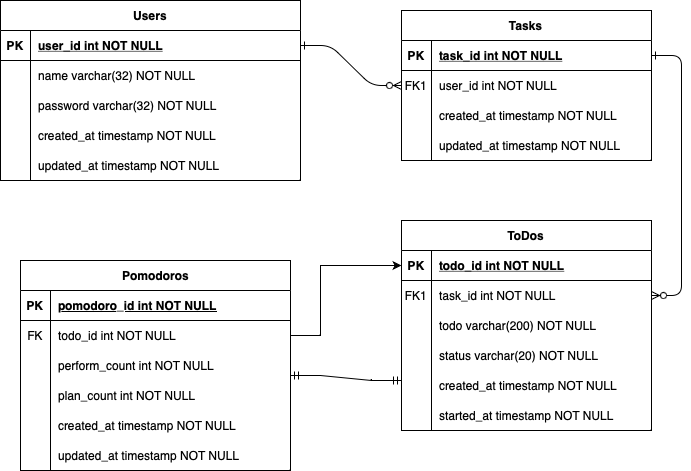
Before: assets/image/erd.png, a diagram exported from draw.io (growth-ring/taskgrow). Source tidied: cells renumbered, new cells last; positions are measured from the earlier drawing's top-left corner, leaving out a move shared by most shapes. The source it was exported from:
```xml
<mxGraphModel>
  <root>
    <mxCell id="0" />
    <mxCell id="1" parent="0" />
    <mxCell id="2" style="edgeStyle=entityRelationEdgeStyle;endArrow=ERzeroToMany;startArrow=ERone;endFill=1;startFill=0;" parent="1" edge="1" source="37" target="8">
      <mxGeometry relative="1" as="geometry" />
    </mxCell>
    <mxCell id="3" style="edgeStyle=entityRelationEdgeStyle;endArrow=ERzeroToMany;startArrow=ERone;endFill=1;startFill=0;" parent="1" edge="1" source="5" target="21">
      <mxGeometry relative="1" as="geometry" />
    </mxCell>
    <mxCell id="4" value="Tasks" style="shape=table;startSize=30;rowLines=0;fontStyle=1;align=center;" parent="1" vertex="1">
      <mxGeometry x="401" y="10" width="250" height="150" as="geometry" />
    </mxCell>
    <mxCell id="5" style="shape=partialRectangle;fillColor=none;points=[[0,0.5],[1,0.5]];portConstraint=eastwest;top=0;left=0;right=0;bottom=1;" parent="4" vertex="1">
      <mxGeometry y="30" width="250" height="30" as="geometry" />
    </mxCell>
    <mxCell id="6" value="PK" style="shape=partialRectangle;overflow=hidden;fillColor=none;top=0;left=0;bottom=0;right=0;fontStyle=1;" parent="5" vertex="1">
      <mxGeometry width="30" height="30" as="geometry" />
    </mxCell>
    <mxCell id="7" value="task_id int NOT NULL " style="shape=partialRectangle;overflow=hidden;fillColor=none;top=0;left=0;bottom=0;right=0;align=left;spacingLeft=6;fontStyle=5;" parent="5" vertex="1">
      <mxGeometry x="30" width="220" height="30" as="geometry" />
    </mxCell>
    <mxCell id="8" style="shape=partialRectangle;fillColor=none;points=[[0,0.5],[1,0.5]];portConstraint=eastwest;top=0;left=0;right=0;bottom=0;" parent="4" vertex="1">
      <mxGeometry y="60" width="250" height="30" as="geometry" />
    </mxCell>
    <mxCell id="9" value="FK1" style="shape=partialRectangle;overflow=hidden;fillColor=none;top=0;left=0;bottom=0;right=0;" parent="8" vertex="1">
      <mxGeometry width="30" height="30" as="geometry" />
    </mxCell>
    <mxCell id="10" value="user_id int NOT NULL" style="shape=partialRectangle;overflow=hidden;fillColor=none;top=0;left=0;bottom=0;right=0;align=left;spacingLeft=6;" parent="8" vertex="1">
      <mxGeometry x="30" width="220" height="30" as="geometry" />
    </mxCell>
    <mxCell id="11" style="shape=partialRectangle;fillColor=none;top=0;left=0;right=0;bottom=0;" parent="4" vertex="1">
      <mxGeometry y="90" width="250" height="30" as="geometry" />
    </mxCell>
    <mxCell id="12" style="shape=partialRectangle;overflow=hidden;fillColor=none;top=0;left=0;bottom=0;right=0;" parent="11" vertex="1">
      <mxGeometry width="30" height="30" as="geometry" />
    </mxCell>
    <mxCell id="13" value="created_at timestamp NOT NULL" style="shape=partialRectangle;overflow=hidden;fillColor=none;top=0;left=0;bottom=0;right=0;align=left;spacingLeft=6;" parent="11" vertex="1">
      <mxGeometry x="30" width="220" height="30" as="geometry" />
    </mxCell>
    <mxCell id="14" style="shape=partialRectangle;fillColor=none;top=0;left=0;right=0;bottom=0;" parent="4" vertex="1">
      <mxGeometry y="120" width="250" height="30" as="geometry" />
    </mxCell>
    <mxCell id="15" style="shape=partialRectangle;overflow=hidden;fillColor=none;top=0;left=0;bottom=0;right=0;" parent="14" vertex="1">
      <mxGeometry width="30" height="30" as="geometry" />
    </mxCell>
    <mxCell id="16" value="updated_at timestamp NOT NULL" style="shape=partialRectangle;overflow=hidden;fillColor=none;top=0;left=0;bottom=0;right=0;align=left;spacingLeft=6;" parent="14" vertex="1">
      <mxGeometry x="30" width="220" height="30" as="geometry" />
    </mxCell>
    <mxCell id="17" value="ToDos" style="shape=table;startSize=30;rowLines=0;fontStyle=1;align=center;" parent="1" vertex="1">
      <mxGeometry x="401" y="220" width="250" height="210" as="geometry" />
    </mxCell>
    <mxCell id="18" style="shape=partialRectangle;fillColor=none;points=[[0,0.5],[1,0.5]];portConstraint=eastwest;top=0;left=0;right=0;bottom=1;" parent="17" vertex="1">
      <mxGeometry y="30" width="250" height="30" as="geometry" />
    </mxCell>
    <mxCell id="19" value="PK" style="shape=partialRectangle;overflow=hidden;fillColor=none;top=0;left=0;bottom=0;right=0;fontStyle=1;" parent="18" vertex="1">
      <mxGeometry width="30" height="30" as="geometry" />
    </mxCell>
    <mxCell id="20" value="todo_id int NOT NULL " style="shape=partialRectangle;overflow=hidden;fillColor=none;top=0;left=0;bottom=0;right=0;align=left;spacingLeft=6;fontStyle=5;" parent="18" vertex="1">
      <mxGeometry x="30" width="220" height="30" as="geometry" />
    </mxCell>
    <mxCell id="21" style="shape=partialRectangle;fillColor=none;points=[[0,0.5],[1,0.5]];portConstraint=eastwest;top=0;left=0;right=0;bottom=0;" parent="17" vertex="1">
      <mxGeometry y="60" width="250" height="30" as="geometry" />
    </mxCell>
    <mxCell id="22" value="FK1" style="shape=partialRectangle;overflow=hidden;fillColor=none;top=0;left=0;bottom=0;right=0;" parent="21" vertex="1">
      <mxGeometry width="30" height="30" as="geometry" />
    </mxCell>
    <mxCell id="23" value="task_id int NOT NULL" style="shape=partialRectangle;overflow=hidden;fillColor=none;top=0;left=0;bottom=0;right=0;align=left;spacingLeft=6;" parent="21" vertex="1">
      <mxGeometry x="30" width="220" height="30" as="geometry" />
    </mxCell>
    <mxCell id="24" style="shape=partialRectangle;fillColor=none;top=0;left=0;right=0;bottom=0;" parent="17" vertex="1">
      <mxGeometry y="90" width="250" height="30" as="geometry" />
    </mxCell>
    <mxCell id="25" style="shape=partialRectangle;overflow=hidden;fillColor=none;top=0;left=0;bottom=0;right=0;" parent="24" vertex="1">
      <mxGeometry width="30" height="30" as="geometry" />
    </mxCell>
    <mxCell id="26" value="todo varchar(200) NOT NULL" style="shape=partialRectangle;overflow=hidden;fillColor=none;top=0;left=0;bottom=0;right=0;align=left;spacingLeft=6;" parent="24" vertex="1">
      <mxGeometry x="30" width="220" height="30" as="geometry" />
    </mxCell>
    <mxCell id="27" style="shape=partialRectangle;fillColor=none;top=0;left=0;right=0;bottom=0;" parent="17" vertex="1">
      <mxGeometry y="120" width="250" height="30" as="geometry" />
    </mxCell>
    <mxCell id="28" style="shape=partialRectangle;overflow=hidden;fillColor=none;top=0;left=0;bottom=0;right=0;" parent="27" vertex="1">
      <mxGeometry width="30" height="30" as="geometry" />
    </mxCell>
    <mxCell id="29" value="status varchar(20) NOT NULL" style="shape=partialRectangle;overflow=hidden;fillColor=none;top=0;left=0;bottom=0;right=0;align=left;spacingLeft=6;" parent="27" vertex="1">
      <mxGeometry x="30" width="220" height="30" as="geometry" />
    </mxCell>
    <mxCell id="30" style="shape=partialRectangle;fillColor=none;top=0;left=0;right=0;bottom=0;" parent="17" vertex="1">
      <mxGeometry y="150" width="250" height="30" as="geometry" />
    </mxCell>
    <mxCell id="31" style="shape=partialRectangle;overflow=hidden;fillColor=none;top=0;left=0;bottom=0;right=0;" parent="30" vertex="1">
      <mxGeometry width="30" height="30" as="geometry" />
    </mxCell>
    <mxCell id="32" value="created_at timestamp NOT NULL" style="shape=partialRectangle;overflow=hidden;fillColor=none;top=0;left=0;bottom=0;right=0;align=left;spacingLeft=6;" parent="30" vertex="1">
      <mxGeometry x="30" width="220" height="30" as="geometry" />
    </mxCell>
    <mxCell id="33" style="shape=partialRectangle;fillColor=none;top=0;left=0;right=0;bottom=0;" parent="17" vertex="1">
      <mxGeometry y="180" width="250" height="30" as="geometry" />
    </mxCell>
    <mxCell id="34" style="shape=partialRectangle;overflow=hidden;fillColor=none;top=0;left=0;bottom=0;right=0;" parent="33" vertex="1">
      <mxGeometry width="30" height="30" as="geometry" />
    </mxCell>
    <mxCell id="35" value="started_at timestamp NOT NULL" style="shape=partialRectangle;overflow=hidden;fillColor=none;top=0;left=0;bottom=0;right=0;align=left;spacingLeft=6;" parent="33" vertex="1">
      <mxGeometry x="30" width="220" height="30" as="geometry" />
    </mxCell>
    <mxCell id="36" value="Users" style="shape=table;startSize=30;rowLines=0;fontStyle=1;align=center;" parent="1" vertex="1">
      <mxGeometry width="300" height="180" as="geometry" />
    </mxCell>
    <mxCell id="37" style="shape=partialRectangle;fillColor=none;points=[[0,0.5],[1,0.5]];portConstraint=eastwest;top=0;left=0;right=0;bottom=1;" parent="36" vertex="1">
      <mxGeometry y="30" width="300" height="30" as="geometry" />
    </mxCell>
    <mxCell id="38" value="PK" style="shape=partialRectangle;overflow=hidden;fillColor=none;top=0;left=0;bottom=0;right=0;fontStyle=1;" parent="37" vertex="1">
      <mxGeometry width="30" height="30" as="geometry" />
    </mxCell>
    <mxCell id="39" value="user_id int NOT NULL " style="shape=partialRectangle;overflow=hidden;fillColor=none;top=0;left=0;bottom=0;right=0;align=left;spacingLeft=6;fontStyle=5;" parent="37" vertex="1">
      <mxGeometry x="30" width="270" height="30" as="geometry" />
    </mxCell>
    <mxCell id="40" style="shape=partialRectangle;fillColor=none;top=0;left=0;right=0;bottom=0;" parent="36" vertex="1">
      <mxGeometry y="60" width="300" height="30" as="geometry" />
    </mxCell>
    <mxCell id="41" style="shape=partialRectangle;overflow=hidden;fillColor=none;top=0;left=0;bottom=0;right=0;" parent="40" vertex="1">
      <mxGeometry width="30" height="30" as="geometry" />
    </mxCell>
    <mxCell id="42" value="name varchar(32) NOT NULL" style="shape=partialRectangle;overflow=hidden;fillColor=none;top=0;left=0;bottom=0;right=0;align=left;spacingLeft=6;" parent="40" vertex="1">
      <mxGeometry x="30" width="270" height="30" as="geometry" />
    </mxCell>
    <mxCell id="43" style="shape=partialRectangle;fillColor=none;top=0;left=0;right=0;bottom=0;" parent="36" vertex="1">
      <mxGeometry y="90" width="300" height="30" as="geometry" />
    </mxCell>
    <mxCell id="44" style="shape=partialRectangle;overflow=hidden;fillColor=none;top=0;left=0;bottom=0;right=0;" parent="43" vertex="1">
      <mxGeometry width="30" height="30" as="geometry" />
    </mxCell>
    <mxCell id="45" value="password varchar(32) NOT NULL" style="shape=partialRectangle;overflow=hidden;fillColor=none;top=0;left=0;bottom=0;right=0;align=left;spacingLeft=6;" parent="43" vertex="1">
      <mxGeometry x="30" width="270" height="30" as="geometry" />
    </mxCell>
    <mxCell id="46" style="shape=partialRectangle;fillColor=none;top=0;left=0;right=0;bottom=0;" parent="36" vertex="1">
      <mxGeometry y="120" width="300" height="30" as="geometry" />
    </mxCell>
    <mxCell id="47" style="shape=partialRectangle;overflow=hidden;fillColor=none;top=0;left=0;bottom=0;right=0;" parent="46" vertex="1">
      <mxGeometry width="30" height="30" as="geometry" />
    </mxCell>
    <mxCell id="48" value="created_at timestamp NOT NULL" style="shape=partialRectangle;overflow=hidden;fillColor=none;top=0;left=0;bottom=0;right=0;align=left;spacingLeft=6;" parent="46" vertex="1">
      <mxGeometry x="30" width="270" height="30" as="geometry" />
    </mxCell>
    <mxCell id="49" style="shape=partialRectangle;fillColor=none;top=0;left=0;right=0;bottom=0;" parent="36" vertex="1">
      <mxGeometry y="150" width="300" height="30" as="geometry" />
    </mxCell>
    <mxCell id="50" style="shape=partialRectangle;overflow=hidden;fillColor=none;top=0;left=0;bottom=0;right=0;" parent="49" vertex="1">
      <mxGeometry width="30" height="30" as="geometry" />
    </mxCell>
    <mxCell id="51" value="updated_at timestamp NOT NULL" style="shape=partialRectangle;overflow=hidden;fillColor=none;top=0;left=0;bottom=0;right=0;align=left;spacingLeft=6;" parent="49" vertex="1">
      <mxGeometry x="30" width="270" height="30" as="geometry" />
    </mxCell>
    <mxCell id="52" value="Pomodoros" style="shape=table;startSize=30;rowLines=0;fontStyle=1;align=center;html=1;" parent="1" vertex="1">
      <mxGeometry x="20" y="260" width="270" height="210" as="geometry" />
    </mxCell>
    <mxCell id="53" style="shape=tableRow;horizontal=0;startSize=0;swimlaneHead=0;swimlaneBody=0;fillColor=none;top=0;left=0;right=0;bottom=1;" parent="52" vertex="1">
      <mxGeometry y="30" width="270" height="30" as="geometry" />
    </mxCell>
    <mxCell id="54" value="PK" style="shape=partialRectangle;fillColor=none;top=0;left=0;bottom=0;right=0;fontStyle=1;overflow=hidden;whiteSpace=wrap;html=1;" parent="53" vertex="1">
      <mxGeometry width="30" height="30" as="geometry" />
    </mxCell>
    <mxCell id="55" value="pomodoro_id int NOT NULL" style="shape=partialRectangle;fillColor=none;top=0;left=0;bottom=0;right=0;align=left;spacingLeft=6;fontStyle=5;overflow=hidden;whiteSpace=wrap;html=1;" parent="53" vertex="1">
      <mxGeometry x="30" width="240" height="30" as="geometry" />
    </mxCell>
    <mxCell id="56" style="shape=tableRow;horizontal=0;startSize=0;swimlaneHead=0;swimlaneBody=0;fillColor=none;points=[[0,0.5],[1,0.5]];portConstraint=eastwest;top=0;left=0;right=0;bottom=0;" parent="52" vertex="1">
      <mxGeometry y="60" width="270" height="30" as="geometry" />
    </mxCell>
    <mxCell id="57" value="FK" style="shape=partialRectangle;fillColor=none;top=0;left=0;bottom=0;right=0;overflow=hidden;whiteSpace=wrap;html=1;" parent="56" vertex="1">
      <mxGeometry width="30" height="30" as="geometry" />
    </mxCell>
    <mxCell id="58" value="todo_id int NOT NULL" style="shape=partialRectangle;fillColor=none;top=0;left=0;bottom=0;right=0;align=left;spacingLeft=6;overflow=hidden;whiteSpace=wrap;html=1;" parent="56" vertex="1">
      <mxGeometry x="30" width="240" height="30" as="geometry" />
    </mxCell>
    <mxCell id="59" style="shape=tableRow;horizontal=0;startSize=0;swimlaneHead=0;swimlaneBody=0;fillColor=none;top=0;left=0;right=0;bottom=0;" parent="52" vertex="1">
      <mxGeometry y="90" width="270" height="30" as="geometry" />
    </mxCell>
    <mxCell id="60" style="shape=partialRectangle;fillColor=none;top=0;left=0;bottom=0;right=0;overflow=hidden;whiteSpace=wrap;html=1;" parent="59" vertex="1">
      <mxGeometry width="30" height="30" as="geometry" />
    </mxCell>
    <mxCell id="61" value="perform_count int NOT NULL" style="shape=partialRectangle;fillColor=none;top=0;left=0;bottom=0;right=0;align=left;spacingLeft=6;overflow=hidden;whiteSpace=wrap;html=1;" parent="59" vertex="1">
      <mxGeometry x="30" width="240" height="30" as="geometry" />
    </mxCell>
    <mxCell id="62" style="shape=tableRow;horizontal=0;startSize=0;swimlaneHead=0;swimlaneBody=0;fillColor=none;top=0;left=0;right=0;bottom=0;" parent="52" vertex="1">
      <mxGeometry y="120" width="270" height="30" as="geometry" />
    </mxCell>
    <mxCell id="63" style="shape=partialRectangle;fillColor=none;top=0;left=0;bottom=0;right=0;overflow=hidden;whiteSpace=wrap;html=1;" parent="62" vertex="1">
      <mxGeometry width="30" height="30" as="geometry" />
    </mxCell>
    <mxCell id="64" value="plan_count&amp;nbsp;int NOT NULL" style="shape=partialRectangle;fillColor=none;top=0;left=0;bottom=0;right=0;align=left;spacingLeft=6;overflow=hidden;whiteSpace=wrap;html=1;" parent="62" vertex="1">
      <mxGeometry x="30" width="240" height="30" as="geometry" />
    </mxCell>
    <mxCell id="65" style="shape=tableRow;horizontal=0;startSize=0;swimlaneHead=0;swimlaneBody=0;fillColor=none;points=[[0,0.5],[1,0.5]];portConstraint=eastwest;top=0;left=0;right=0;bottom=0;" parent="52" vertex="1">
      <mxGeometry y="150" width="270" height="30" as="geometry" />
    </mxCell>
    <mxCell id="66" style="shape=partialRectangle;fillColor=none;top=0;left=0;bottom=0;right=0;overflow=hidden;whiteSpace=wrap;html=1;" parent="65" vertex="1">
      <mxGeometry width="30" height="30" as="geometry" />
    </mxCell>
    <mxCell id="67" value="created_at timestamp NOT NULL" style="shape=partialRectangle;fillColor=none;top=0;left=0;bottom=0;right=0;align=left;spacingLeft=6;overflow=hidden;whiteSpace=wrap;html=1;" parent="65" vertex="1">
      <mxGeometry x="30" width="240" height="30" as="geometry" />
    </mxCell>
    <mxCell id="68" style="shape=tableRow;horizontal=0;startSize=0;swimlaneHead=0;swimlaneBody=0;fillColor=none;top=0;left=0;right=0;bottom=0;" parent="52" vertex="1">
      <mxGeometry y="180" width="270" height="30" as="geometry" />
    </mxCell>
    <mxCell id="69" style="shape=partialRectangle;fillColor=none;top=0;left=0;bottom=0;right=0;overflow=hidden;whiteSpace=wrap;html=1;" parent="68" vertex="1">
      <mxGeometry width="30" height="30" as="geometry" />
    </mxCell>
    <mxCell id="70" value="updated_at timestamp NOT NULL" style="shape=partialRectangle;fillColor=none;top=0;left=0;bottom=0;right=0;align=left;spacingLeft=6;overflow=hidden;whiteSpace=wrap;html=1;" parent="68" vertex="1">
      <mxGeometry x="30" width="240" height="30" as="geometry" />
    </mxCell>
    <mxCell id="71" style="edgeStyle=entityRelationEdgeStyle;fontSize=12;html=1;endArrow=ERmandOne;startArrow=ERmandOne;rounded=0;exitX=1;exitY=0.5;exitDx=0;exitDy=0;entryX=0;entryY=0.5;entryDx=0;entryDy=0;" parent="1" edge="1">
      <mxGeometry relative="1" as="geometry">
        <mxPoint x="290" y="375" as="sourcePoint" />
        <mxPoint x="401" y="380" as="targetPoint" />
      </mxGeometry>
    </mxCell>
    <mxCell id="72" style="edgeStyle=orthogonalEdgeStyle;rounded=0;jettySize=auto;html=1;exitX=1;exitY=0.5;exitDx=0;exitDy=0;entryX=0;entryY=0.5;entryDx=0;entryDy=0;" parent="1" edge="1" source="56" target="18">
      <mxGeometry relative="1" as="geometry">
        <Array as="points">
          <mxPoint x="320" y="335" />
          <mxPoint x="320" y="265" />
        </Array>
      </mxGeometry>
    </mxCell>
  </root>
</mxGraphModel>
```
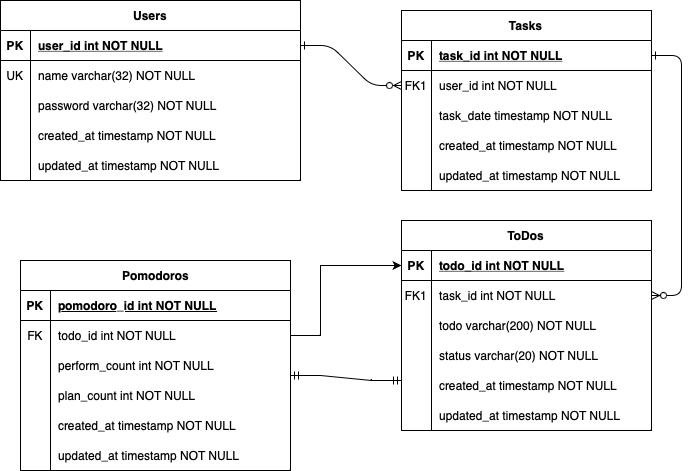
After the change.

Commit message:
[fix] README.md 의 ERD 파일 수정 (#7)

What changed in the source:
```diff
@@ -9,7 +9,7 @@
       <mxGeometry relative="1" as="geometry" />
     </mxCell>
     <mxCell id="4" value="Tasks" style="shape=table;startSize=30;rowLines=0;fontStyle=1;align=center;" parent="1" vertex="1">
-      <mxGeometry x="401" y="10" width="250" height="150" as="geometry" />
+      <mxGeometry x="401" y="10" width="250" height="180" as="geometry" />
     </mxCell>
     <mxCell id="5" style="shape=partialRectangle;fillColor=none;points=[[0,0.5],[1,0.5]];portConstraint=eastwest;top=0;left=0;right=0;bottom=1;" parent="4" vertex="1">
       <mxGeometry y="30" width="250" height="30" as="geometry" />
@@ -29,8 +29,17 @@
     <mxCell id="10" value="user_id int NOT NULL" style="shape=partialRectangle;overflow=hidden;fillColor=none;top=0;left=0;bottom=0;right=0;align=left;spacingLeft=6;" parent="8" vertex="1">
       <mxGeometry x="30" width="220" height="30" as="geometry" />
     </mxCell>
+    <mxCell id="73" style="shape=partialRectangle;fillColor=none;top=0;left=0;right=0;bottom=0;" parent="4" vertex="1">
+      <mxGeometry y="90" width="250" height="30" as="geometry" />
+    </mxCell>
+    <mxCell id="74" style="shape=partialRectangle;overflow=hidden;fillColor=none;top=0;left=0;bottom=0;right=0;" parent="73" vertex="1">
+      <mxGeometry width="30" height="30" as="geometry" />
+    </mxCell>
+    <mxCell id="75" value="task_date timestamp NOT NULL" style="shape=partialRectangle;overflow=hidden;fillColor=none;top=0;left=0;bottom=0;right=0;align=left;spacingLeft=6;" parent="73" vertex="1">
+      <mxGeometry x="30" width="220" height="30" as="geometry" />
+    </mxCell>
     <mxCell id="11" style="shape=partialRectangle;fillColor=none;top=0;left=0;right=0;bottom=0;" parent="4" vertex="1">
-      <mxGeometry y="90" width="250" height="30" as="geometry" />
+      <mxGeometry y="120" width="250" height="30" as="geometry" />
     </mxCell>
     <mxCell id="12" style="shape=partialRectangle;overflow=hidden;fillColor=none;top=0;left=0;bottom=0;right=0;" parent="11" vertex="1">
       <mxGeometry width="30" height="30" as="geometry" />
@@ -39,7 +48,7 @@
       <mxGeometry x="30" width="220" height="30" as="geometry" />
     </mxCell>
     <mxCell id="14" style="shape=partialRectangle;fillColor=none;top=0;left=0;right=0;bottom=0;" parent="4" vertex="1">
-      <mxGeometry y="120" width="250" height="30" as="geometry" />
+      <mxGeometry y="150" width="250" height="30" as="geometry" />
     </mxCell>
     <mxCell id="15" style="shape=partialRectangle;overflow=hidden;fillColor=none;top=0;left=0;bottom=0;right=0;" parent="14" vertex="1">
       <mxGeometry width="30" height="30" as="geometry" />
@@ -101,7 +110,7 @@
     <mxCell id="34" style="shape=partialRectangle;overflow=hidden;fillColor=none;top=0;left=0;bottom=0;right=0;" parent="33" vertex="1">
       <mxGeometry width="30" height="30" as="geometry" />
     </mxCell>
-    <mxCell id="35" value="started_at timestamp NOT NULL" style="shape=partialRectangle;overflow=hidden;fillColor=none;top=0;left=0;bottom=0;right=0;align=left;spacingLeft=6;" parent="33" vertex="1">
+    <mxCell id="35" value="updated_at timestamp NOT NULL" style="shape=partialRectangle;overflow=hidden;fillColor=none;top=0;left=0;bottom=0;right=0;align=left;spacingLeft=6;" parent="33" vertex="1">
       <mxGeometry x="30" width="220" height="30" as="geometry" />
     </mxCell>
     <mxCell id="36" value="Users" style="shape=table;startSize=30;rowLines=0;fontStyle=1;align=center;" parent="1" vertex="1">
@@ -119,7 +128,7 @@
     <mxCell id="40" style="shape=partialRectangle;fillColor=none;top=0;left=0;right=0;bottom=0;" parent="36" vertex="1">
       <mxGeometry y="60" width="300" height="30" as="geometry" />
     </mxCell>
-    <mxCell id="41" style="shape=partialRectangle;overflow=hidden;fillColor=none;top=0;left=0;bottom=0;right=0;" parent="40" vertex="1">
+    <mxCell id="41" value="UK" style="shape=partialRectangle;overflow=hidden;fillColor=none;top=0;left=0;bottom=0;right=0;" parent="40" vertex="1">
       <mxGeometry width="30" height="30" as="geometry" />
     </mxCell>
     <mxCell id="42" value="name varchar(32) NOT NULL" style="shape=partialRectangle;overflow=hidden;fillColor=none;top=0;left=0;bottom=0;right=0;align=left;spacingLeft=6;" parent="40" vertex="1">
@@ -215,7 +224,7 @@
         <mxPoint x="401" y="380" as="targetPoint" />
       </mxGeometry>
     </mxCell>
-    <mxCell id="72" style="edgeStyle=orthogonalEdgeStyle;rounded=0;jettySize=auto;html=1;exitX=1;exitY=0.5;exitDx=0;exitDy=0;entryX=0;entryY=0.5;entryDx=0;entryDy=0;" parent="1" edge="1" source="56" target="18">
+    <mxCell id="72" style="edgeStyle=orthogonalEdgeStyle;rounded=0;jettySize=auto;html=1;exitX=1;exitY=0.5;exitDx=0;exitDy=0;entryX=0;entryY=0.5;entryDx=0;entryDy=0;" parent="1" edge="1" source="65" target="18">
       <mxGeometry relative="1" as="geometry">
         <Array as="points">
           <mxPoint x="320" y="335" />
```
